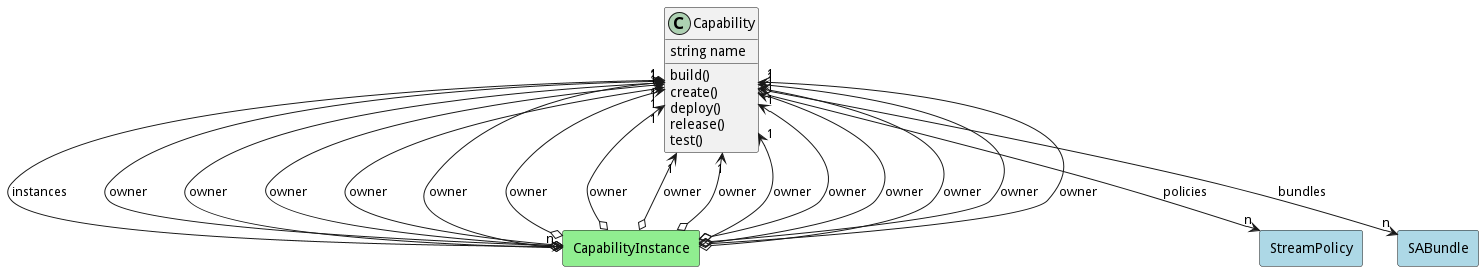
Above: docs/sabr/aml/cm/models/capability/logical.png in madajaju/sabr (PlantUML), before the change.
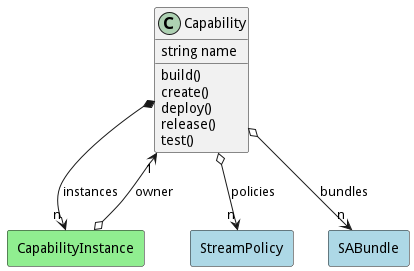
After the change.

The edit, as a diff of the source:
```diff
@@ -36,75 +36,5 @@
 
         CapabilityInstance   o--> "1" Model : "owner"
 
-    rectangle "CapabilityInstance" as CapabilityInstance #lightgreen {
-    }
-
-        CapabilityInstance   o--> "1" Model : "owner"
-
-    rectangle "CapabilityInstance" as CapabilityInstance #lightgreen {
-    }
-
-        CapabilityInstance   o--> "1" Model : "owner"
-
-    rectangle "CapabilityInstance" as CapabilityInstance #lightgreen {
-    }
-
-        CapabilityInstance   o--> "1" Model : "owner"
-
-    rectangle "CapabilityInstance" as CapabilityInstance #lightgreen {
-    }
-
-        CapabilityInstance   o--> "1" Model : "owner"
-
-    rectangle "CapabilityInstance" as CapabilityInstance #lightgreen {
-    }
-
-        CapabilityInstance   o--> "1" Model : "owner"
-
-    rectangle "CapabilityInstance" as CapabilityInstance #lightgreen {
-    }
-
-        CapabilityInstance   o--> "1" Model : "owner"
-
-    rectangle "CapabilityInstance" as CapabilityInstance #lightgreen {
-    }
-
-        CapabilityInstance   o--> "1" Model : "owner"
-
-    rectangle "CapabilityInstance" as CapabilityInstance #lightgreen {
-    }
-
-        CapabilityInstance   o--> "1" Model : "owner"
-
-    rectangle "CapabilityInstance" as CapabilityInstance #lightgreen {
-    }
-
-        CapabilityInstance   o--> "1" Model : "owner"
-
-    rectangle "CapabilityInstance" as CapabilityInstance #lightgreen {
-    }
-
-        CapabilityInstance   o--> "1" Model : "owner"
-
-    rectangle "CapabilityInstance" as CapabilityInstance #lightgreen {
-    }
-
-        CapabilityInstance   o--> "1" Model : "owner"
-
-    rectangle "CapabilityInstance" as CapabilityInstance #lightgreen {
-    }
-
-        CapabilityInstance   o--> "1" Model : "owner"
-
-    rectangle "CapabilityInstance" as CapabilityInstance #lightgreen {
-    }
-
-        CapabilityInstance   o--> "1" Model : "owner"
-
-    rectangle "CapabilityInstance" as CapabilityInstance #lightgreen {
-    }
-
-        CapabilityInstance   o--> "1" Model : "owner"
-
 
 @enduml
```
